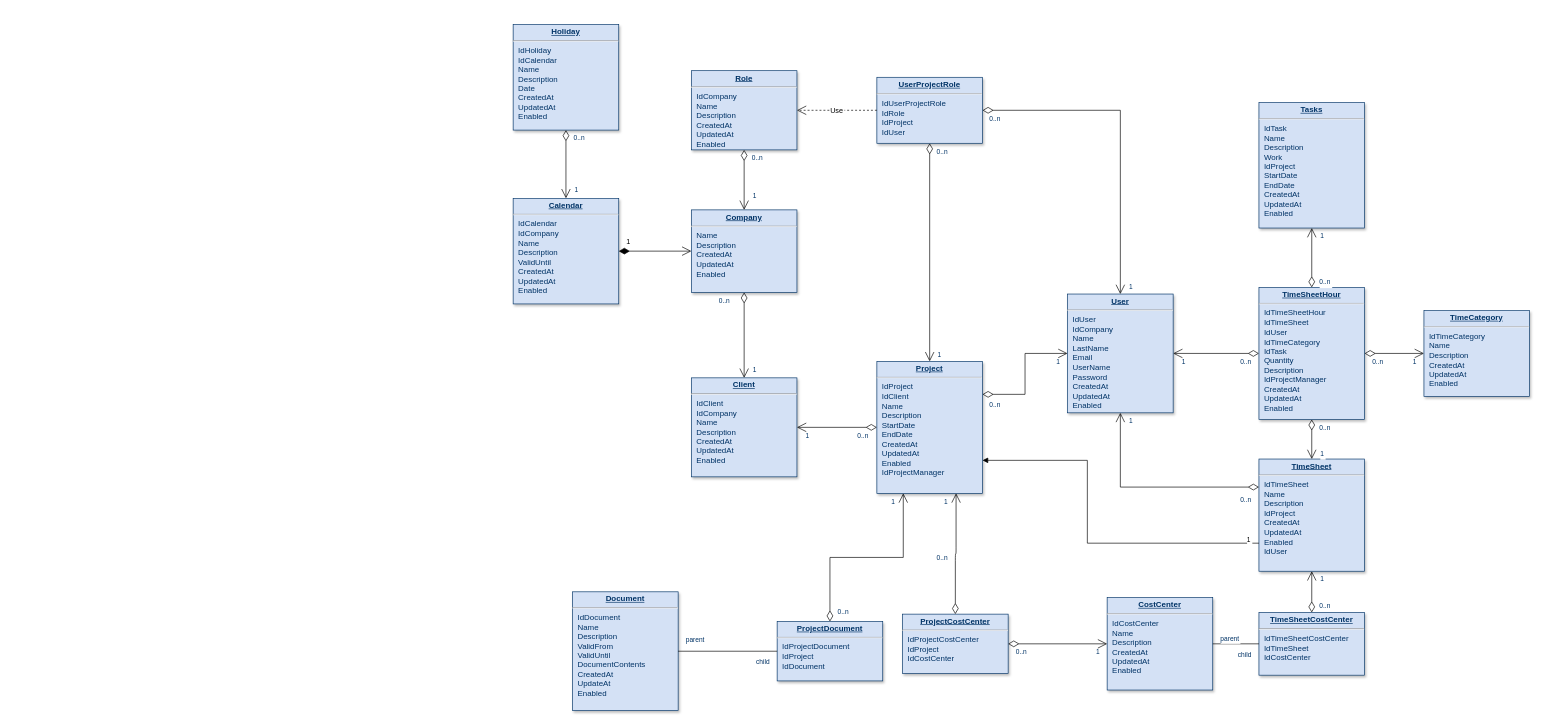
Above: public/未命名绘图.drawio in llspace8/react-demo (draw.io), before the change. Source tidied: cells renumbered, new cells numbered last; positions are measured from the earlier drawing's top-left corner, leaving out a move shared by most shapes. Both pictures are drawn from the tidied source at 66%, with x=0, y=0 at pixel (513, 24).
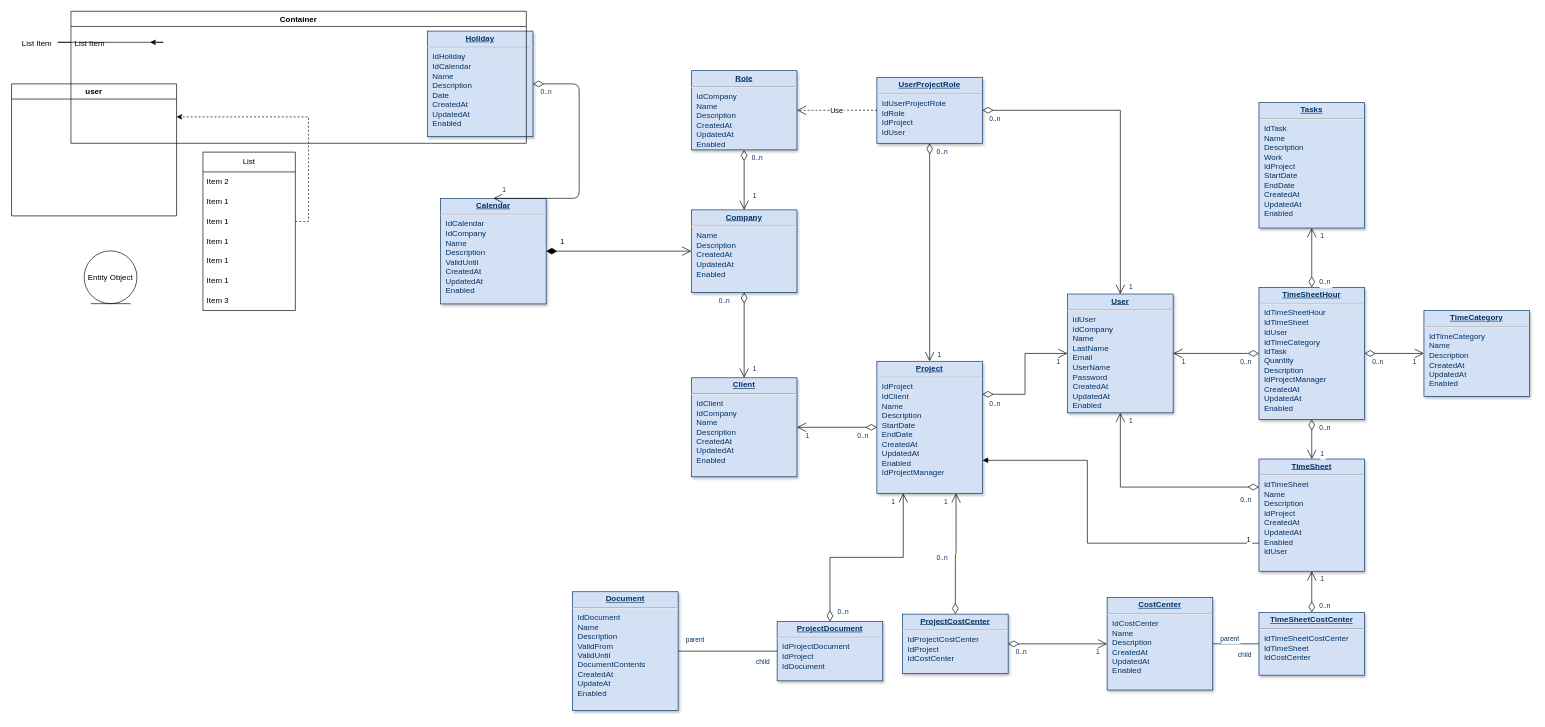
The same page after the edit.

Commit message:
更新未命名绘图.drawio

The edit, as a diff of the source:
```diff
@@
     <mxCell id="4" value="&lt;p style=&quot;margin: 0px; margin-top: 4px; text-align: center; text-decoration: underline;&quot;&gt;&lt;strong&gt;Calendar&lt;/strong&gt;&lt;/p&gt;&lt;hr /&gt;&lt;p style=&quot;margin: 0px; margin-left: 8px;&quot;&gt;IdCalendar&lt;/p&gt;&lt;p style=&quot;margin: 0px; margin-left: 8px;&quot;&gt;IdCompany&lt;/p&gt;&lt;p style=&quot;margin: 0px; margin-left: 8px;&quot;&gt;Name&lt;/p&gt;&lt;p style=&quot;margin: 0px; margin-left: 8px;&quot;&gt;Description&lt;/p&gt;&lt;p style=&quot;margin: 0px; margin-left: 8px;&quot;&gt;ValidUntil&lt;/p&gt;&lt;p style=&quot;margin: 0px; margin-left: 8px;&quot;&gt;CreatedAt&lt;/p&gt;&lt;p style=&quot;margin: 0px; margin-left: 8px;&quot;&gt;UpdatedAt&lt;/p&gt;&lt;p style=&quot;margin: 0px; margin-left: 8px;&quot;&gt;Enabled&lt;/p&gt;" style="verticalAlign=top;align=left;overflow=fill;fontSize=12;fontFamily=Helvetica;html=1;strokeColor=#003366;shadow=1;fillColor=#D4E1F5;fontColor=#003366;" parent="1" vertex="1">
-      <mxGeometry y="263" width="160" height="160" as="geometry" />
+      <mxGeometry x="-110" y="263" width="160" height="160" as="geometry" />
     </mxCell>
@@
     <mxCell id="7" value="&lt;p style=&quot;margin: 0px; margin-top: 4px; text-align: center; text-decoration: underline;&quot;&gt;&lt;strong&gt;Client&lt;/strong&gt;&lt;/p&gt;&lt;hr /&gt;&lt;p style=&quot;margin: 0px; margin-left: 8px;&quot;&gt;IdClient&lt;/p&gt;&lt;p style=&quot;margin: 0px; margin-left: 8px;&quot;&gt;IdCompany&lt;/p&gt;&lt;p style=&quot;margin: 0px; margin-left: 8px;&quot;&gt;Name&lt;/p&gt;&lt;p style=&quot;margin: 0px; margin-left: 8px;&quot;&gt;Description&lt;/p&gt;&lt;p style=&quot;margin: 0px; margin-left: 8px;&quot;&gt;CreatedAt&lt;/p&gt;&lt;p style=&quot;margin: 0px; margin-left: 8px;&quot;&gt;UpdatedAt&lt;/p&gt;&lt;p style=&quot;margin: 0px; margin-left: 8px;&quot;&gt;Enabled&lt;/p&gt;" style="verticalAlign=top;align=left;overflow=fill;fontSize=12;fontFamily=Helvetica;html=1;strokeColor=#003366;shadow=1;fillColor=#D4E1F5;fontColor=#003366;" parent="1" vertex="1">
-      <mxGeometry x="270" y="535" width="160" height="150" as="geometry" />
+      <mxGeometry x="270" y="534.9" width="160" height="150" as="geometry" />
     </mxCell>
     <mxCell id="8" value="&lt;p style=&quot;margin: 0px; margin-top: 4px; text-align: center; text-decoration: underline;&quot;&gt;&lt;strong&gt;Holiday&lt;/strong&gt;&lt;/p&gt;&lt;hr /&gt;&lt;p style=&quot;margin: 0px; margin-left: 8px;&quot;&gt;IdHoliday&lt;/p&gt;&lt;p style=&quot;margin: 0px; margin-left: 8px;&quot;&gt;IdCalendar&lt;/p&gt;&lt;p style=&quot;margin: 0px; margin-left: 8px;&quot;&gt;Name&lt;/p&gt;&lt;p style=&quot;margin: 0px; margin-left: 8px;&quot;&gt;Description&lt;/p&gt;&lt;p style=&quot;margin: 0px; margin-left: 8px;&quot;&gt;Date&lt;/p&gt;&lt;p style=&quot;margin: 0px; margin-left: 8px;&quot;&gt;CreatedAt&lt;/p&gt;&lt;p style=&quot;margin: 0px; margin-left: 8px;&quot;&gt;UpdatedAt&lt;/p&gt;&lt;p style=&quot;margin: 0px; margin-left: 8px;&quot;&gt;Enabled&lt;/p&gt;" style="verticalAlign=top;align=left;overflow=fill;fontSize=12;fontFamily=Helvetica;html=1;strokeColor=#003366;shadow=1;fillColor=#D4E1F5;fontColor=#003366;" parent="1" vertex="1">
-      <mxGeometry y="-0.4" width="160" height="160" as="geometry" />
+      <mxGeometry x="-130" y="9.6" width="160" height="160" as="geometry" />
     </mxCell>
@@
     <mxCell id="11" value="&lt;p style=&quot;margin: 0px; margin-top: 4px; text-align: center; text-decoration: underline;&quot;&gt;&lt;strong&gt;Document&lt;/strong&gt;&lt;/p&gt;&lt;hr /&gt;&lt;p style=&quot;margin: 0px; margin-left: 8px;&quot;&gt;IdDocument&lt;/p&gt;&lt;p style=&quot;margin: 0px; margin-left: 8px;&quot;&gt;Name&lt;/p&gt;&lt;p style=&quot;margin: 0px; margin-left: 8px;&quot;&gt;Description&lt;/p&gt;&lt;p style=&quot;margin: 0px; margin-left: 8px;&quot;&gt;ValidFrom&lt;/p&gt;&lt;p style=&quot;margin: 0px; margin-left: 8px;&quot;&gt;ValidUntil&lt;/p&gt;&lt;p style=&quot;margin: 0px; margin-left: 8px;&quot;&gt;DocumentContents&lt;/p&gt;&lt;p style=&quot;margin: 0px; margin-left: 8px;&quot;&gt;CreatedAt&lt;/p&gt;&lt;p style=&quot;margin: 0px; margin-left: 8px;&quot;&gt;UpdateAt&lt;/p&gt;&lt;p style=&quot;margin: 0px; margin-left: 8px;&quot;&gt;Enabled&lt;/p&gt;" style="verticalAlign=top;align=left;overflow=fill;fontSize=12;fontFamily=Helvetica;html=1;strokeColor=#003366;shadow=1;fillColor=#D4E1F5;fontColor=#003366;" parent="1" vertex="1">
-      <mxGeometry x="90" y="859.2" width="160" height="180" as="geometry" />
+      <mxGeometry x="90" y="859.1" width="160" height="180" as="geometry" />
     </mxCell>
     <mxCell id="12" value="&lt;p style=&quot;margin: 0px; margin-top: 4px; text-align: center; text-decoration: underline;&quot;&gt;&lt;strong&gt;Project&lt;/strong&gt;&lt;/p&gt;&lt;hr /&gt;&lt;p style=&quot;margin: 0px; margin-left: 8px;&quot;&gt;IdProject&lt;/p&gt;&lt;p style=&quot;margin: 0px; margin-left: 8px;&quot;&gt;IdClient&lt;/p&gt;&lt;p style=&quot;margin: 0px; margin-left: 8px;&quot;&gt;Name&lt;/p&gt;&lt;p style=&quot;margin: 0px; margin-left: 8px;&quot;&gt;Description&lt;/p&gt;&lt;p style=&quot;margin: 0px; margin-left: 8px;&quot;&gt;StartDate&lt;/p&gt;&lt;p style=&quot;margin: 0px; margin-left: 8px;&quot;&gt;EndDate&lt;/p&gt;&lt;p style=&quot;margin: 0px; margin-left: 8px;&quot;&gt;CreatedAt&lt;/p&gt;&lt;p style=&quot;margin: 0px; margin-left: 8px;&quot;&gt;UpdatedAt&lt;/p&gt;&lt;p style=&quot;margin: 0px; margin-left: 8px;&quot;&gt;Enabled&lt;br /&gt;IdProjectManager&lt;/p&gt;" style="verticalAlign=top;align=left;overflow=fill;fontSize=12;fontFamily=Helvetica;html=1;strokeColor=#003366;shadow=1;fillColor=#D4E1F5;fontColor=#003366;" parent="1" vertex="1">
-      <mxGeometry x="551.1" y="510" width="160" height="200" as="geometry" />
+      <mxGeometry x="551.1" y="509.9" width="160" height="200" as="geometry" />
     </mxCell>
@@
     <mxCell id="17" value="&lt;p style=&quot;margin: 0px ; margin-top: 4px ; text-align: center ; text-decoration: underline&quot;&gt;&lt;strong&gt;ProjectDocument&lt;/strong&gt;&lt;/p&gt;&lt;hr&gt;&lt;p style=&quot;margin: 0px ; margin-left: 8px&quot;&gt;IdProjectDocument&lt;/p&gt;&lt;p style=&quot;margin: 0px ; margin-left: 8px&quot;&gt;IdProject&lt;/p&gt;&lt;p style=&quot;margin: 0px ; margin-left: 8px&quot;&gt;IdDocument&lt;/p&gt;" style="verticalAlign=top;align=left;overflow=fill;fontSize=12;fontFamily=Helvetica;html=1;strokeColor=#003366;shadow=1;fillColor=#D4E1F5;fontColor=#003366;" parent="1" vertex="1">
-      <mxGeometry x="400" y="904.2" width="160" height="90" as="geometry" />
+      <mxGeometry x="400" y="904.1" width="160" height="90" as="geometry" />
     </mxCell>
@@
-    <mxCell id="61" style="endArrow=open;endSize=12;startArrow=diamondThin;startSize=14;startFill=0;edgeStyle=orthogonalEdgeStyle;" parent="1" edge="1" source="8" target="4">
-      <mxGeometry x="620" y="340" as="geometry" />
+    <mxCell id="61" style="endArrow=open;endSize=12;startArrow=diamondThin;startSize=14;startFill=0;edgeStyle=orthogonalEdgeStyle;entryX=0.5;entryY=0;entryDx=0;entryDy=0;exitX=1;exitY=0.5;exitDx=0;exitDy=0;" parent="1" edge="1" source="8" target="4">
+      <mxGeometry x="620" y="340" as="geometry">
+        <Array as="points">
+          <mxPoint x="100" y="89.6" />
+          <mxPoint x="100" y="262.6" />
+        </Array>
+      </mxGeometry>
     </mxCell>
@@
+    <mxCell id="77" value="user" style="swimlane;whiteSpace=wrap;html=1;" parent="1" vertex="1">
+      <mxGeometry x="-760" y="89.6" width="250" height="200" as="geometry" />
+    </mxCell>
+    <mxCell id="78" value="List" style="swimlane;fontStyle=0;horizontal=1;startSize=30;whiteSpace=wrap;html=1;" parent="1" vertex="1">
+      <mxGeometry x="-470" y="193" width="140" height="240" as="geometry" />
+    </mxCell>
+    <mxCell id="79" value="Item 2" style="text;strokeColor=none;fillColor=none;align=left;verticalAlign=middle;spacingLeft=4;spacingRight=4;overflow=hidden;whiteSpace=wrap;html=1;" parent="78" vertex="1">
+      <mxGeometry y="30" width="140" height="30" as="geometry" />
+    </mxCell>
+    <mxCell id="80" value="Item 1" style="text;strokeColor=none;fillColor=none;align=left;verticalAlign=middle;spacingLeft=4;spacingRight=4;overflow=hidden;whiteSpace=wrap;html=1;" parent="78" vertex="1">
+      <mxGeometry y="60" width="140" height="30" as="geometry" />
+    </mxCell>
+    <mxCell id="81" value="Item 1" style="text;strokeColor=none;fillColor=none;align=left;verticalAlign=middle;spacingLeft=4;spacingRight=4;overflow=hidden;points=[[0,0.5],[1,0.5]];portConstraint=eastwest;whiteSpace=wrap;html=1;" parent="78" vertex="1">
+      <mxGeometry y="90" width="140" height="30" as="geometry" />
+    </mxCell>
+    <mxCell id="82" value="Item 1" style="text;strokeColor=none;fillColor=none;align=left;verticalAlign=middle;spacingLeft=4;spacingRight=4;overflow=hidden;whiteSpace=wrap;html=1;" parent="78" vertex="1">
+      <mxGeometry y="120" width="140" height="30" as="geometry" />
+    </mxCell>
+    <mxCell id="83" value="Item 1" style="text;strokeColor=none;fillColor=none;align=left;verticalAlign=middle;spacingLeft=4;spacingRight=4;overflow=hidden;whiteSpace=wrap;html=1;" parent="78" vertex="1">
+      <mxGeometry y="150" width="140" height="30" as="geometry" />
+    </mxCell>
+    <mxCell id="84" value="Item 1" style="text;strokeColor=none;fillColor=none;align=left;verticalAlign=middle;spacingLeft=4;spacingRight=4;overflow=hidden;whiteSpace=wrap;html=1;" parent="78" vertex="1">
+      <mxGeometry y="180" width="140" height="30" as="geometry" />
+    </mxCell>
+    <mxCell id="85" value="Item 3" style="text;strokeColor=none;fillColor=none;align=left;verticalAlign=middle;spacingLeft=4;spacingRight=4;overflow=hidden;whiteSpace=wrap;html=1;" parent="78" vertex="1">
+      <mxGeometry y="210" width="140" height="30" as="geometry" />
+    </mxCell>
+    <mxCell id="86" style="edgeStyle=orthogonalEdgeStyle;rounded=0;jettySize=auto;html=1;exitX=1;exitY=0.5;exitDx=0;exitDy=0;entryX=1;entryY=0.25;entryDx=0;entryDy=0;dashed=1;" parent="1" edge="1" source="81" target="77">
+      <mxGeometry relative="1" as="geometry" />
+    </mxCell>
+    <mxCell id="87" value="Entity Object" style="ellipse;shape=umlEntity;whiteSpace=wrap;html=1;" parent="1" vertex="1">
+      <mxGeometry x="-650" y="342.6" width="80" height="80" as="geometry" />
+    </mxCell>
+    <mxCell id="88" value="Container" style="swimlane;" parent="1" vertex="1">
+      <mxGeometry x="-670" y="-20.4" width="690" height="200" as="geometry" />
+    </mxCell>
+    <mxCell id="89" value="List Item" style="text;strokeColor=none;fillColor=none;align=left;verticalAlign=top;spacingLeft=4;spacingRight=4;overflow=hidden;points=[[0,0.5],[1,0.5]];portConstraint=eastwest;whiteSpace=wrap;html=1;" parent="88" vertex="1">
+      <mxGeometry y="34" width="200" height="26" as="geometry" />
+    </mxCell>
+    <mxCell id="90" value="List Item" style="text;strokeColor=none;fillColor=none;align=left;verticalAlign=top;spacingLeft=4;spacingRight=4;overflow=hidden;points=[[0,0.5],[1,0.5]];portConstraint=eastwest;whiteSpace=wrap;html=1;" parent="1" vertex="1">
+      <mxGeometry x="-750" y="13.6" width="200" height="26" as="geometry" />
+    </mxCell>
+    <mxCell id="91" style="edgeStyle=orthogonalEdgeStyle;rounded=0;jettySize=auto;html=1;" parent="1" edge="1" source="89" target="90">
+      <mxGeometry relative="1" as="geometry" />
+    </mxCell>
```
